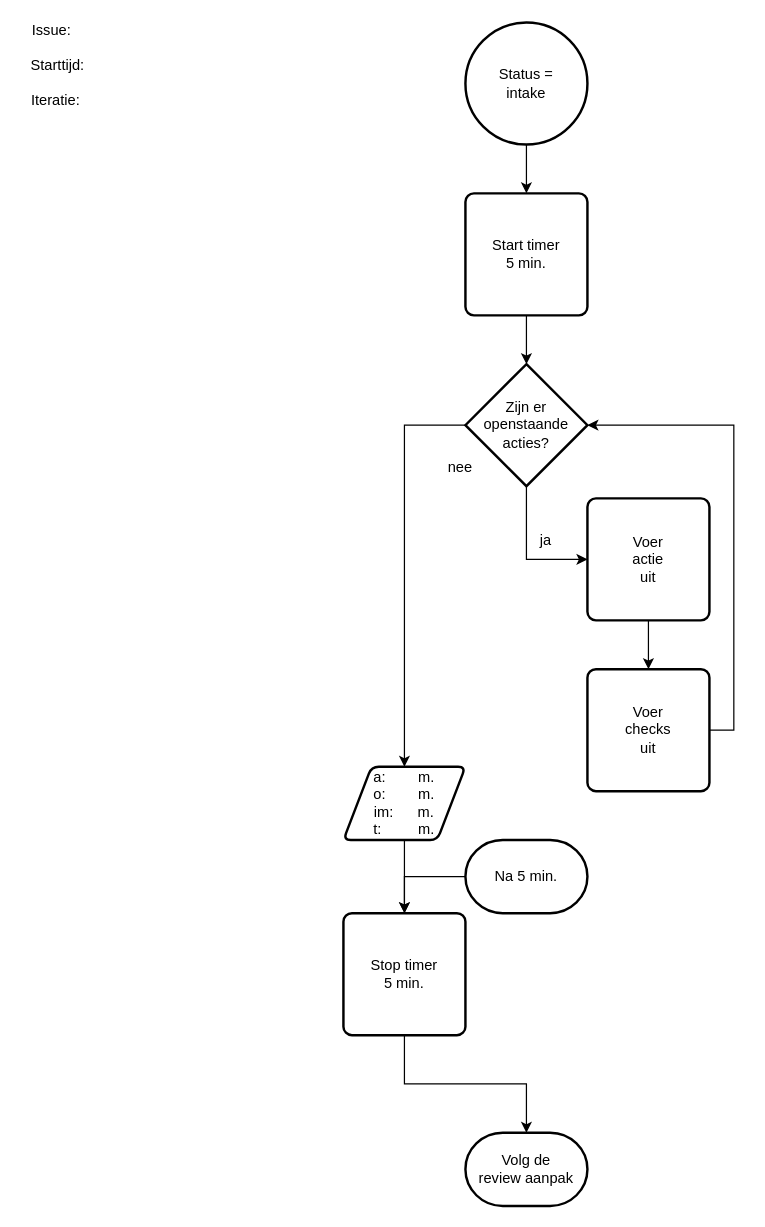
Above: 1 Issue Tracker intake.drawio in Zaibatsu89/IssueTracker (draw.io), before the change. Source tidied: cells renumbered, new cells numbered last; positions are measured from the earlier drawing's top-left corner, leaving out a move shared by most shapes. Both pictures are drawn from the tidied source at 122%, with x=0, y=0 at pixel (21, 22).
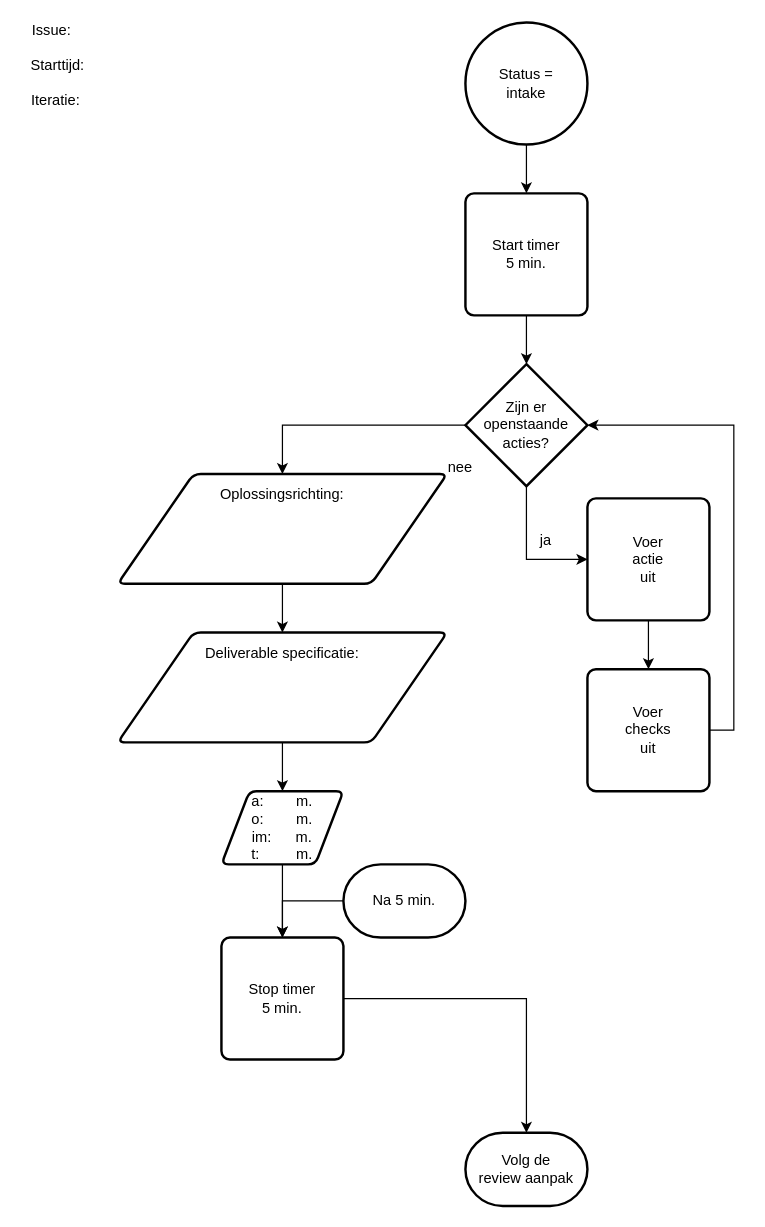
Above is the later version.

Commit message:
herstel oplossingsrichting en deliverable specificatie in intake

Unchanged cells that the change refers to:
```xml
<mxCell id="8" value="Zijn er&lt;br&gt;openstaande&lt;br&gt;acties?" style="strokeWidth=2;html=1;shape=mxgraph.flowchart.decision;whiteSpace=wrap;" parent="1" vertex="1">
  <mxGeometry x="364" y="280" width="100" height="100" as="geometry" />
</mxCell>
```

Diff of the diagram source:
```diff
@@
-    <mxCell id="7" style="edgeStyle=orthogonalEdgeStyle;rounded=0;jettySize=auto;html=1;exitX=0;exitY=0.5;exitDx=0;exitDy=0;exitPerimeter=0;entryX=0.5;entryY=0;entryDx=0;entryDy=0;" parent="1" edge="1" source="8" target="22">
-      <mxGeometry relative="1" as="geometry" />
-    </mxCell>
+    <mxCell id="23" style="edgeStyle=orthogonalEdgeStyle;rounded=0;jettySize=auto;html=1;exitX=0;exitY=0.5;exitDx=0;exitDy=0;exitPerimeter=0;entryX=0.5;entryY=0;entryDx=0;entryDy=0;" parent="1" edge="1" source="8" target="27">
+      <mxGeometry relative="1" as="geometry" />
+    </mxCell>
@@
     <mxCell id="18" value="Stop timer&lt;br&gt;5 min." style="rounded=1;whiteSpace=wrap;html=1;absoluteArcSize=1;arcSize=14;strokeWidth=2;" parent="1" vertex="1">
-      <mxGeometry x="264" y="730" width="100" height="100" as="geometry" />
+      <mxGeometry x="164" y="750" width="100" height="100" as="geometry" />
     </mxCell>
@@
     <mxCell id="20" value="Na 5 min." style="strokeWidth=2;html=1;shape=mxgraph.flowchart.terminator;whiteSpace=wrap;" parent="1" vertex="1">
-      <mxGeometry x="364" y="670" width="100" height="60" as="geometry" />
+      <mxGeometry x="264" y="690" width="100" height="60" as="geometry" />
     </mxCell>
@@
     <mxCell id="22" value="a:&amp;nbsp; &amp;nbsp; &amp;nbsp; &amp;nbsp; m.&lt;br&gt;o:&amp;nbsp; &amp;nbsp; &amp;nbsp; &amp;nbsp; m.&lt;br&gt;im:&amp;nbsp; &amp;nbsp; &amp;nbsp; m.&lt;br&gt;t:&amp;nbsp; &amp;nbsp; &amp;nbsp; &amp;nbsp; &amp;nbsp;m." style="shape=parallelogram;html=1;strokeWidth=2;perimeter=parallelogramPerimeter;whiteSpace=wrap;rounded=1;arcSize=12;size=0.23;" parent="1" vertex="1">
-      <mxGeometry x="264" y="610" width="100" height="60" as="geometry" />
+      <mxGeometry x="164" y="630" width="100" height="60" as="geometry" />
     </mxCell>
+    <mxCell id="24" style="edgeStyle=orthogonalEdgeStyle;rounded=0;jettySize=auto;html=1;" parent="1" edge="1" source="25" target="22">
+      <mxGeometry relative="1" as="geometry" />
+    </mxCell>
+    <mxCell id="25" value="Deliverable specificatie:&lt;div&gt;&lt;br&gt;&lt;/div&gt;&lt;div&gt;&lt;br&gt;&lt;/div&gt;&lt;div&gt;&lt;br&gt;&lt;/div&gt;&lt;div&gt;&lt;br&gt;&lt;/div&gt;" style="shape=parallelogram;html=1;strokeWidth=2;perimeter=parallelogramPerimeter;whiteSpace=wrap;rounded=1;arcSize=12;size=0.23;" parent="1" vertex="1">
+      <mxGeometry x="79" y="500" width="270" height="90" as="geometry" />
+    </mxCell>
+    <mxCell id="26" style="edgeStyle=orthogonalEdgeStyle;rounded=0;jettySize=auto;html=1;" parent="1" edge="1" source="27" target="25">
+      <mxGeometry relative="1" as="geometry" />
+    </mxCell>
+    <mxCell id="27" value="Oplossingsrichting:&lt;div&gt;&lt;br&gt;&lt;/div&gt;&lt;div&gt;&lt;br&gt;&lt;/div&gt;&lt;div&gt;&lt;br&gt;&lt;/div&gt;&lt;div&gt;&lt;br&gt;&lt;/div&gt;" style="shape=parallelogram;html=1;strokeWidth=2;perimeter=parallelogramPerimeter;whiteSpace=wrap;rounded=1;arcSize=12;size=0.23;" parent="1" vertex="1">
+      <mxGeometry x="79" y="370" width="270" height="90" as="geometry" />
+    </mxCell>
```
